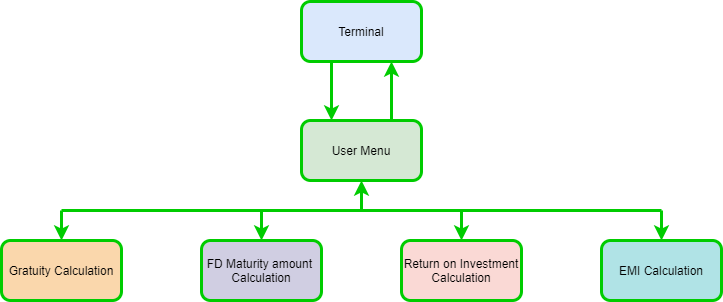
swapnilkhandekar999/financialcalculator keeps this draw.io diagram as 2_Design/.png. Above is the earlier version. Source tidied: cells renumbered, new cells last; positions are measured from the earlier drawing's top-left corner, leaving out a move shared by most shapes.
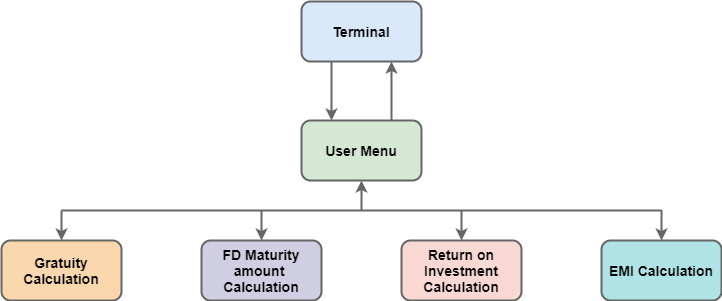
Above is the later version.

What changed in the source:
```diff
@@ -2,7 +2,7 @@
   <root>
     <mxCell id="0" />
     <mxCell id="1" parent="0" />
-    <mxCell id="2" style="edgeStyle=orthogonalEdgeStyle;rounded=0;jettySize=auto;html=1;strokeWidth=3;strokeColor=#00CC00;" parent="1" edge="1" source="3" target="4">
+    <mxCell id="2" style="edgeStyle=orthogonalEdgeStyle;rounded=0;jettySize=auto;html=1;strokeWidth=2;fontSize=14;fontStyle=1;labelBorderColor=none;shadow=0;sketch=0;strokeColor=#666666;" parent="1" edge="1" source="3" target="4">
       <mxGeometry relative="1" as="geometry">
         <Array as="points">
           <mxPoint x="330" y="89" />
@@ -10,13 +10,13 @@
         </Array>
       </mxGeometry>
     </mxCell>
-    <mxCell id="3" value="Terminal" style="rounded=1;whiteSpace=wrap;html=1;fillColor=#dae8fc;strokeWidth=3;strokeColor=#00CC00;" parent="1" vertex="1">
+    <mxCell id="3" value="Terminal" style="rounded=1;whiteSpace=wrap;html=1;fillColor=#dae8fc;strokeWidth=2;fontSize=14;fontStyle=1;labelBorderColor=none;shadow=0;sketch=0;strokeColor=#666666;" parent="1" vertex="1">
       <mxGeometry x="300" width="120" height="60" as="geometry" />
     </mxCell>
-    <mxCell id="4" value="User Menu" style="rounded=1;whiteSpace=wrap;html=1;fillColor=#d5e8d4;strokeWidth=3;strokeColor=#00CC00;" parent="1" vertex="1">
+    <mxCell id="4" value="User Menu" style="rounded=1;whiteSpace=wrap;html=1;fillColor=#d5e8d4;strokeWidth=2;fontSize=14;fontStyle=1;labelBorderColor=none;shadow=0;sketch=0;strokeColor=#666666;" parent="1" vertex="1">
       <mxGeometry x="300" y="119" width="120" height="60" as="geometry" />
     </mxCell>
-    <mxCell id="5" style="edgeStyle=orthogonalEdgeStyle;rounded=0;orthogonalLoop=1;jettySize=auto;html=1;strokeWidth=3;strokeColor=#00CC00;" parent="1" edge="1">
+    <mxCell id="5" style="edgeStyle=orthogonalEdgeStyle;rounded=0;orthogonalLoop=1;jettySize=auto;html=1;strokeWidth=2;fontSize=14;fontStyle=1;labelBorderColor=none;shadow=0;sketch=0;strokeColor=#666666;" parent="1" edge="1">
       <mxGeometry relative="1" as="geometry">
         <mxPoint x="390" y="119" as="sourcePoint" />
         <mxPoint x="390" y="60" as="targetPoint" />
@@ -26,45 +26,45 @@
         </Array>
       </mxGeometry>
     </mxCell>
-    <mxCell id="6" value="Gratuity Calculation" style="rounded=1;whiteSpace=wrap;html=1;fillColor=#fad7ac;strokeWidth=3;strokeColor=#00CC00;" parent="1" vertex="1">
+    <mxCell id="6" value="Gratuity Calculation" style="rounded=1;whiteSpace=wrap;html=1;fillColor=#fad7ac;strokeWidth=2;fontSize=14;fontStyle=1;labelBorderColor=none;shadow=0;sketch=0;strokeColor=#666666;" parent="1" vertex="1">
       <mxGeometry y="239" width="120" height="60" as="geometry" />
     </mxCell>
-    <mxCell id="7" value="FD Maturity amount&amp;nbsp;&lt;br&gt;Calculation" style="rounded=1;whiteSpace=wrap;html=1;fillColor=#d0cee2;strokeWidth=3;strokeColor=#00CC00;" parent="1" vertex="1">
+    <mxCell id="7" value="FD Maturity amount&amp;nbsp;&lt;br style=&quot;font-size: 14px;&quot;&gt;Calculation" style="rounded=1;whiteSpace=wrap;html=1;fillColor=#d0cee2;strokeWidth=2;fontSize=14;fontStyle=1;labelBorderColor=none;shadow=0;sketch=0;strokeColor=#666666;" parent="1" vertex="1">
       <mxGeometry x="200" y="239" width="120" height="60" as="geometry" />
     </mxCell>
-    <mxCell id="8" value="Return on Investment Calculation" style="rounded=1;whiteSpace=wrap;html=1;fillColor=#fad9d5;strokeWidth=3;strokeColor=#00CC00;" parent="1" vertex="1">
+    <mxCell id="8" value="Return on Investment Calculation" style="rounded=1;whiteSpace=wrap;html=1;fillColor=#fad9d5;strokeWidth=2;fontSize=14;fontStyle=1;labelBorderColor=none;shadow=0;sketch=0;strokeColor=#666666;" parent="1" vertex="1">
       <mxGeometry x="400" y="239" width="120" height="60" as="geometry" />
     </mxCell>
-    <mxCell id="9" value="EMI Calculation" style="rounded=1;whiteSpace=wrap;html=1;fillColor=#b0e3e6;strokeWidth=3;strokeColor=#00CC00;" parent="1" vertex="1">
+    <mxCell id="9" value="EMI Calculation" style="rounded=1;whiteSpace=wrap;html=1;fillColor=#b0e3e6;strokeWidth=2;fontSize=14;fontStyle=1;labelBorderColor=none;shadow=0;sketch=0;strokeColor=#666666;" parent="1" vertex="1">
       <mxGeometry x="600" y="239" width="120" height="60" as="geometry" />
     </mxCell>
-    <mxCell id="10" style="endArrow=none;html=1;strokeWidth=3;strokeColor=#00CC00;" parent="1" edge="1">
+    <mxCell id="10" style="endArrow=none;html=1;strokeWidth=2;fontSize=14;fontStyle=1;labelBorderColor=none;shadow=0;sketch=0;strokeColor=#666666;" parent="1" edge="1">
       <mxGeometry relative="1" as="geometry">
         <mxPoint x="60" y="209" as="sourcePoint" />
         <mxPoint x="660" y="209" as="targetPoint" />
       </mxGeometry>
     </mxCell>
-    <mxCell id="11" style="endArrow=classic;html=1;entryX=0.5;entryY=0;entryDx=0;entryDy=0;strokeWidth=3;strokeColor=#00CC00;" parent="1" edge="1" target="6">
+    <mxCell id="11" style="endArrow=classic;html=1;entryX=0.5;entryY=0;entryDx=0;entryDy=0;strokeWidth=2;fontSize=14;fontStyle=1;labelBorderColor=none;shadow=0;sketch=0;strokeColor=#666666;" parent="1" edge="1" target="6">
       <mxGeometry relative="1" as="geometry">
         <mxPoint x="60" y="209" as="sourcePoint" />
       </mxGeometry>
     </mxCell>
-    <mxCell id="12" style="endArrow=classic;html=1;entryX=0.5;entryY=0;entryDx=0;entryDy=0;strokeWidth=3;strokeColor=#00CC00;" parent="1" edge="1" target="7">
+    <mxCell id="12" style="endArrow=classic;html=1;entryX=0.5;entryY=0;entryDx=0;entryDy=0;strokeWidth=2;fontSize=14;fontStyle=1;labelBorderColor=none;shadow=0;sketch=0;strokeColor=#666666;" parent="1" edge="1" target="7">
       <mxGeometry relative="1" as="geometry">
         <mxPoint x="260" y="209" as="sourcePoint" />
       </mxGeometry>
     </mxCell>
-    <mxCell id="13" style="endArrow=classic;html=1;entryX=0.5;entryY=0;entryDx=0;entryDy=0;strokeWidth=3;strokeColor=#00CC00;" parent="1" edge="1" target="8">
+    <mxCell id="13" style="endArrow=classic;html=1;entryX=0.5;entryY=0;entryDx=0;entryDy=0;strokeWidth=2;fontSize=14;fontStyle=1;labelBorderColor=none;shadow=0;sketch=0;strokeColor=#666666;" parent="1" edge="1" target="8">
       <mxGeometry relative="1" as="geometry">
         <mxPoint x="460" y="209" as="sourcePoint" />
       </mxGeometry>
     </mxCell>
-    <mxCell id="14" style="endArrow=classic;html=1;entryX=0.5;entryY=0;entryDx=0;entryDy=0;strokeWidth=3;strokeColor=#00CC00;" parent="1" edge="1" target="9">
+    <mxCell id="14" style="endArrow=classic;html=1;entryX=0.5;entryY=0;entryDx=0;entryDy=0;strokeWidth=2;fontSize=14;fontStyle=1;labelBorderColor=none;shadow=0;sketch=0;strokeColor=#666666;" parent="1" edge="1" target="9">
       <mxGeometry relative="1" as="geometry">
         <mxPoint x="660" y="209" as="sourcePoint" />
       </mxGeometry>
     </mxCell>
-    <mxCell id="15" style="endArrow=classic;html=1;entryX=0.5;entryY=1;entryDx=0;entryDy=0;strokeWidth=3;strokeColor=#00CC00;" parent="1" edge="1" target="4">
+    <mxCell id="15" style="endArrow=classic;html=1;entryX=0.5;entryY=1;entryDx=0;entryDy=0;strokeWidth=2;fontSize=14;fontStyle=1;labelBorderColor=none;shadow=0;sketch=0;strokeColor=#666666;" parent="1" edge="1" target="4">
       <mxGeometry relative="1" as="geometry">
         <mxPoint x="360" y="209" as="sourcePoint" />
       </mxGeometry>
```
